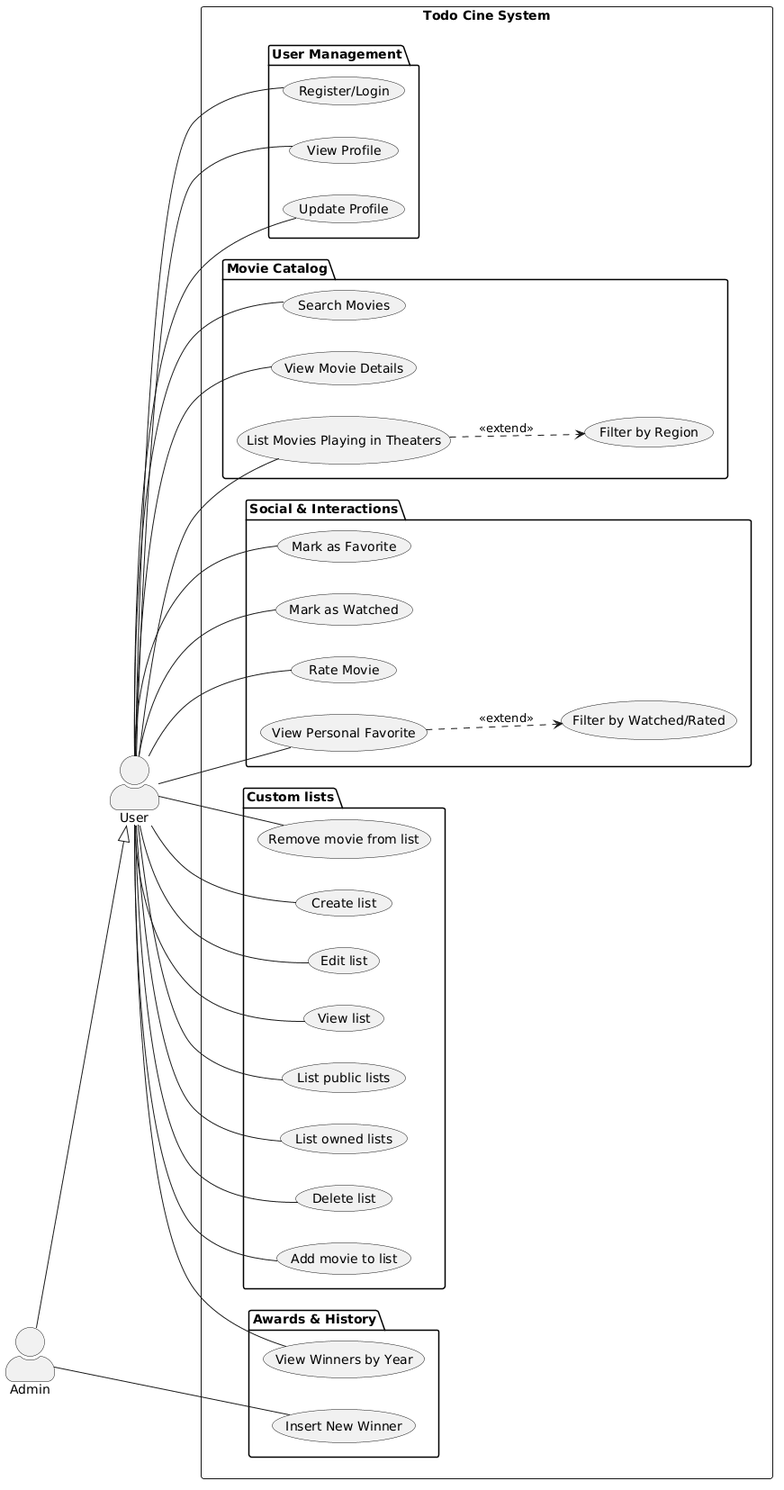
Earlier version of the PlantUML export src/main/resources/uml/case_use_diagram.png (abeltran10/todocine_backend).
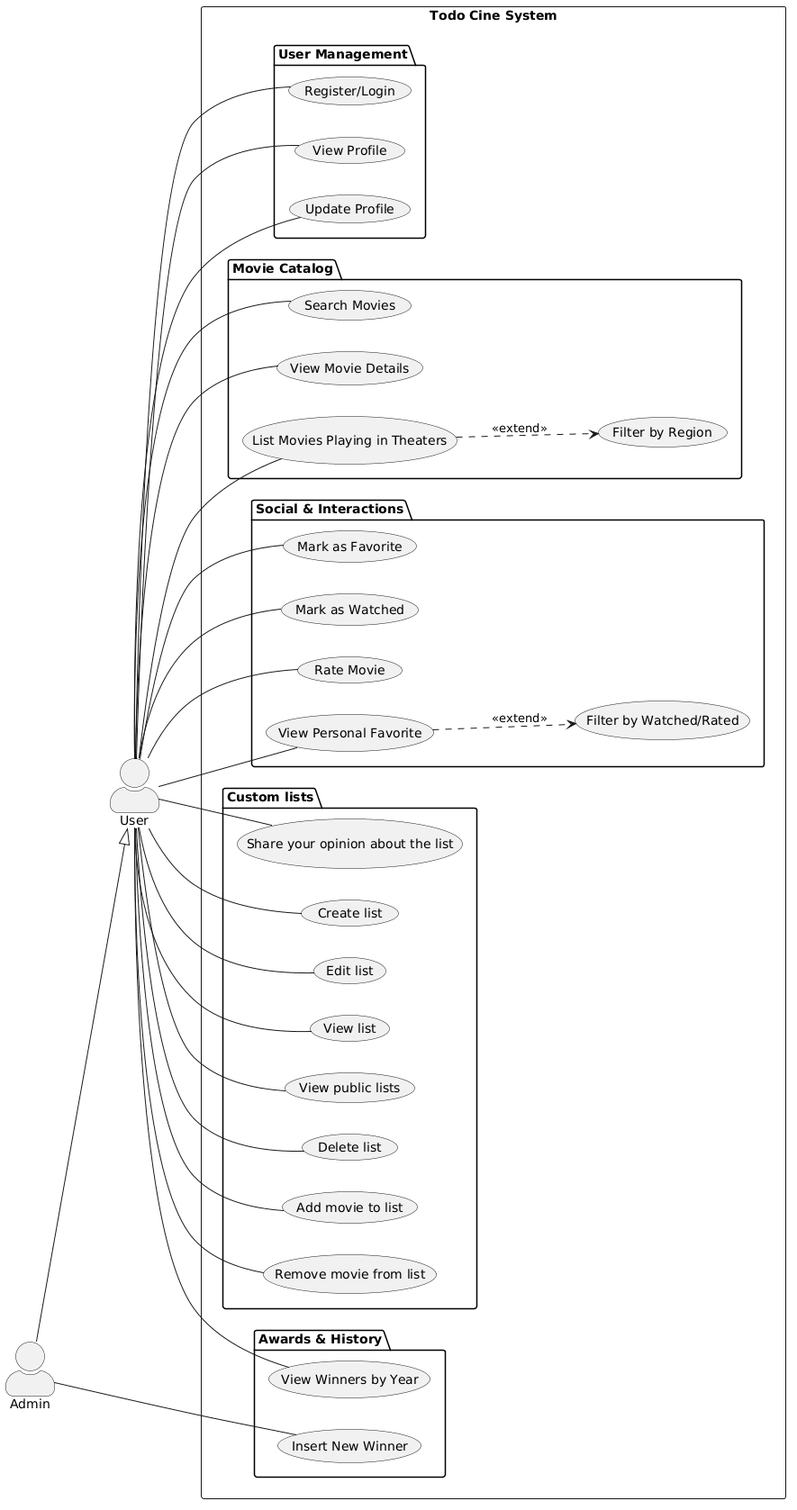
Later version of the same file.

What changed in the source:
```diff
@@ -38,11 +38,11 @@
         U -- (Create list)
         U -- (Edit list)
         U -- (View list)
-        U -- (List public lists)
-        U -- (List owned lists)
+        U -- (View public lists)
         U -- (Delete list)
         U -- (Add movie to list)
         U -- (Remove movie from list)
+        U -- (Share your opinion about the list)
     }
 }
 
```
